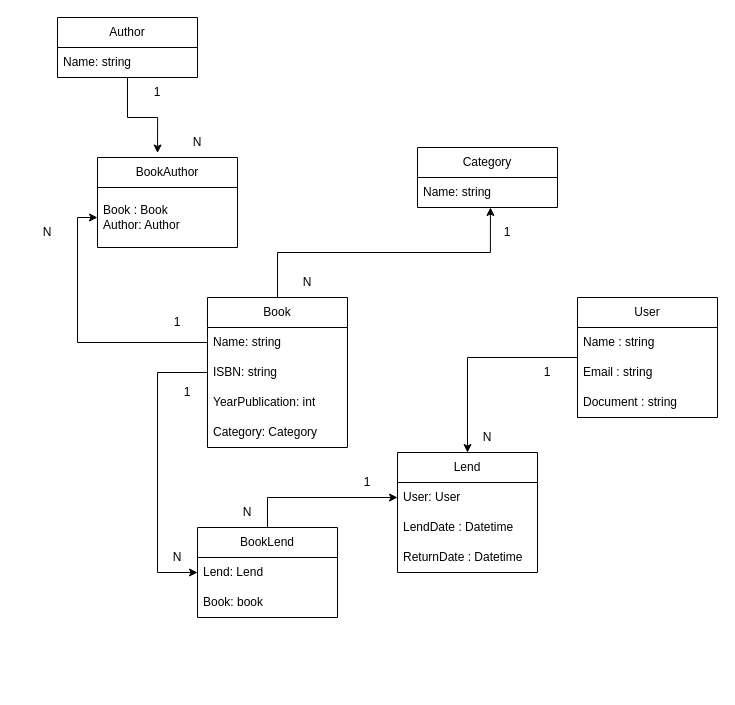
The draw.io diagram LibraryDiagram.drawio in galongatti/Library, before the edit. Source tidied: cells renumbered, new cells numbered last; positions are measured from the earlier drawing's top-left corner, leaving out a move shared by most shapes. Both pictures are drawn from the tidied source at 100%, with x=0, y=0 at pixel (17, 17).
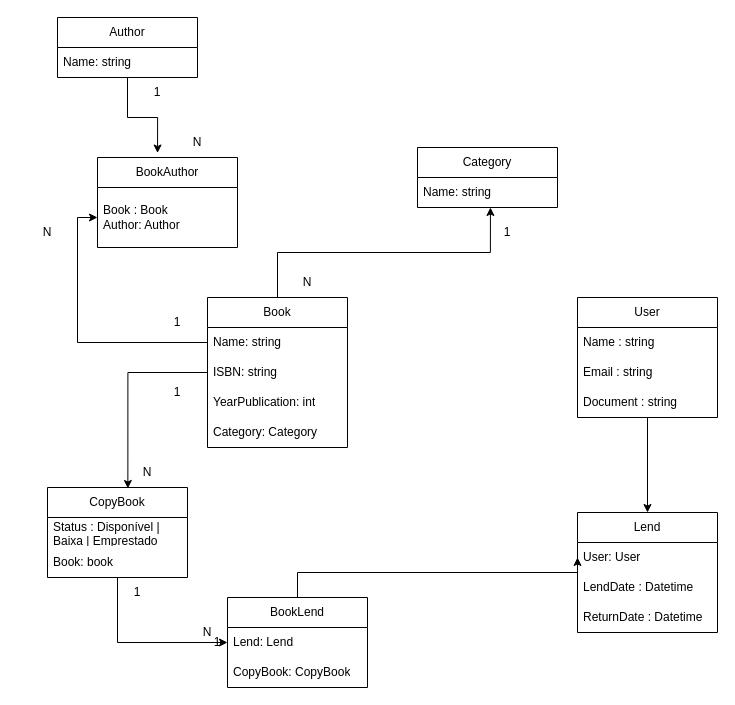
The same diagram, later.

Unchanged cells that the change refers to:
```xml
<mxCell id="7" value="Book" style="swimlane;fontStyle=0;horizontal=1;startSize=30;whiteSpace=wrap;html=1;" parent="1" vertex="1">
  <mxGeometry x="190" y="280" width="140" height="150" as="geometry" />
</mxCell>
<mxCell id="23" value="User: User" style="text;strokeColor=none;fillColor=none;align=left;verticalAlign=middle;spacingLeft=4;spacingRight=4;overflow=hidden;points=[[0,0.5],[1,0.5]];portConstraint=eastwest;whiteSpace=wrap;html=1;" parent="22" vertex="1">
  <mxGeometry y="30" width="140" height="30" as="geometry" />
</mxCell>
<mxCell id="28" value="Lend: Lend" style="text;strokeColor=none;fillColor=none;align=left;verticalAlign=middle;spacingLeft=4;spacingRight=4;overflow=hidden;points=[[0,0.5],[1,0.5]];portConstraint=eastwest;whiteSpace=wrap;html=1;" parent="27" vertex="1">
  <mxGeometry y="30" width="140" height="30" as="geometry" />
</mxCell>
```

Diff of the diagram source:
```diff
@@
-    <mxCell id="6" style="edgeStyle=orthogonalEdgeStyle;rounded=0;jettySize=auto;html=1;entryX=0;entryY=0.5;entryDx=0;entryDy=0;" parent="1" edge="1" source="7" target="28">
-      <mxGeometry relative="1" as="geometry">
-        <Array as="points">
-          <mxPoint x="140" y="355" />
-          <mxPoint x="140" y="555" />
-        </Array>
-      </mxGeometry>
-    </mxCell>
@@
     <mxCell id="22" value="Lend" style="swimlane;fontStyle=0;horizontal=1;startSize=30;whiteSpace=wrap;html=1;" parent="1" vertex="1">
-      <mxGeometry x="380" y="435" width="140" height="120" as="geometry" />
+      <mxGeometry x="560" y="495" width="140" height="120" as="geometry" />
     </mxCell>
@@
     <mxCell id="26" style="edgeStyle=orthogonalEdgeStyle;rounded=0;jettySize=auto;html=1;entryX=0;entryY=0.5;entryDx=0;entryDy=0;" parent="1" edge="1" source="27" target="23">
-      <mxGeometry relative="1" as="geometry" />
+      <mxGeometry relative="1" as="geometry">
+        <Array as="points">
+          <mxPoint x="560" y="555" />
+        </Array>
+      </mxGeometry>
     </mxCell>
     <mxCell id="27" value="BookLend" style="swimlane;fontStyle=0;horizontal=1;startSize=30;whiteSpace=wrap;html=1;" parent="1" vertex="1">
-      <mxGeometry x="180" y="510" width="140" height="90" as="geometry" />
+      <mxGeometry x="210" y="580" width="140" height="90" as="geometry" />
     </mxCell>
@@
-    <mxCell id="29" value="Book: book" style="text;strokeColor=none;fillColor=none;align=left;verticalAlign=middle;spacingLeft=4;spacingRight=4;overflow=hidden;whiteSpace=wrap;html=1;" parent="27" vertex="1">
+    <mxCell id="29" value="CopyBook: CopyBook" style="text;strokeColor=none;fillColor=none;align=left;verticalAlign=middle;spacingLeft=4;spacingRight=4;overflow=hidden;whiteSpace=wrap;html=1;" parent="27" vertex="1">
       <mxGeometry y="60" width="140" height="30" as="geometry" />
     </mxCell>
@@
-    <mxCell id="32" value="N" style="text;html=1;whiteSpace=wrap;strokeColor=none;fillColor=none;align=center;verticalAlign=middle;rounded=0;" parent="1" vertex="1">
-      <mxGeometry x="130" y="525" width="60" height="30" as="geometry" />
-    </mxCell>
-    <mxCell id="33" value="1" style="text;html=1;whiteSpace=wrap;strokeColor=none;fillColor=none;align=center;verticalAlign=middle;rounded=0;" parent="1" vertex="1">
-      <mxGeometry x="140" y="360" width="60" height="30" as="geometry" />
-    </mxCell>
-    <mxCell id="34" value="N" style="text;html=1;whiteSpace=wrap;strokeColor=none;fillColor=none;align=center;verticalAlign=middle;rounded=0;" parent="1" vertex="1">
-      <mxGeometry x="440" y="405" width="60" height="30" as="geometry" />
-    </mxCell>
-    <mxCell id="35" value="1" style="text;html=1;whiteSpace=wrap;strokeColor=none;fillColor=none;align=center;verticalAlign=middle;rounded=0;" parent="1" vertex="1">
-      <mxGeometry x="500" y="340" width="60" height="30" as="geometry" />
-    </mxCell>
@@
-    <mxCell id="40" value="N" style="text;html=1;whiteSpace=wrap;strokeColor=none;fillColor=none;align=center;verticalAlign=middle;rounded=0;" parent="1" vertex="1">
-      <mxGeometry x="200" y="480" width="60" height="30" as="geometry" />
-    </mxCell>
-    <mxCell id="41" value="1" style="text;html=1;whiteSpace=wrap;strokeColor=none;fillColor=none;align=center;verticalAlign=middle;rounded=0;" parent="1" vertex="1">
-      <mxGeometry x="320" y="450" width="60" height="30" as="geometry" />
-    </mxCell>
+    <mxCell id="42" style="edgeStyle=orthogonalEdgeStyle;rounded=0;jettySize=auto;html=1;entryX=0;entryY=0.5;entryDx=0;entryDy=0;" parent="1" edge="1" source="43" target="28">
+      <mxGeometry relative="1" as="geometry" />
+    </mxCell>
+    <mxCell id="43" value="CopyBook" style="swimlane;fontStyle=0;horizontal=1;startSize=30;whiteSpace=wrap;html=1;" parent="1" vertex="1">
+      <mxGeometry x="30" y="470" width="140" height="90" as="geometry" />
+    </mxCell>
+    <mxCell id="44" value="Status : Disponível | Baixa | Emprestado" style="text;strokeColor=none;fillColor=none;align=left;verticalAlign=middle;spacingLeft=4;spacingRight=4;overflow=hidden;whiteSpace=wrap;html=1;" parent="43" vertex="1">
+      <mxGeometry y="30" width="140" height="30" as="geometry" />
+    </mxCell>
+    <mxCell id="45" value="Book: book" style="text;strokeColor=none;fillColor=none;align=left;verticalAlign=middle;spacingLeft=4;spacingRight=4;overflow=hidden;whiteSpace=wrap;html=1;" parent="43" vertex="1">
+      <mxGeometry y="60" width="140" height="30" as="geometry" />
+    </mxCell>
+    <mxCell id="46" style="edgeStyle=orthogonalEdgeStyle;rounded=0;jettySize=auto;html=1;entryX=0.574;entryY=0.011;entryDx=0;entryDy=0;entryPerimeter=0;" parent="1" edge="1" source="7" target="43">
+      <mxGeometry relative="1" as="geometry" />
+    </mxCell>
+    <mxCell id="47" value="1" style="text;html=1;whiteSpace=wrap;strokeColor=none;fillColor=none;align=center;verticalAlign=middle;rounded=0;" parent="1" vertex="1">
+      <mxGeometry x="130" y="360" width="60" height="30" as="geometry" />
+    </mxCell>
+    <mxCell id="48" value="N" style="text;html=1;whiteSpace=wrap;strokeColor=none;fillColor=none;align=center;verticalAlign=middle;rounded=0;" parent="1" vertex="1">
+      <mxGeometry x="100" y="440" width="60" height="30" as="geometry" />
+    </mxCell>
+    <mxCell id="49" value="1" style="text;html=1;whiteSpace=wrap;strokeColor=none;fillColor=none;align=center;verticalAlign=middle;rounded=0;" parent="1" vertex="1">
+      <mxGeometry x="170" y="610" width="60" height="30" as="geometry" />
+    </mxCell>
+    <mxCell id="50" value="1" style="text;html=1;whiteSpace=wrap;strokeColor=none;fillColor=none;align=center;verticalAlign=middle;rounded=0;" parent="1" vertex="1">
+      <mxGeometry x="90" y="560" width="60" height="30" as="geometry" />
+    </mxCell>
+    <mxCell id="51" value="N" style="text;html=1;whiteSpace=wrap;strokeColor=none;fillColor=none;align=center;verticalAlign=middle;rounded=0;" parent="1" vertex="1">
+      <mxGeometry x="160" y="600" width="60" height="30" as="geometry" />
+    </mxCell>
```
